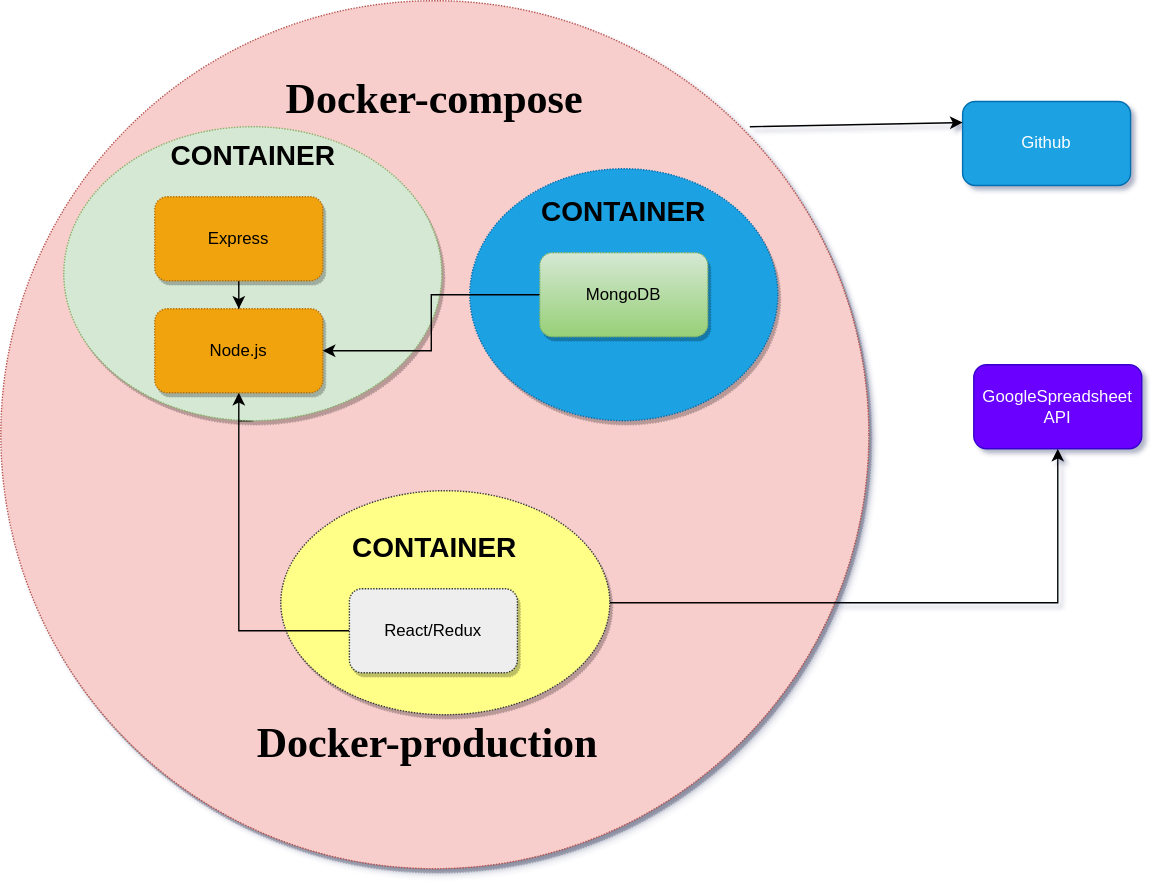
Before: client/public/img/architectureWeb.svg, a diagram exported from draw.io (JeremyFun/masters_degree). Source tidied: cells renumbered, new cells last; positions are measured from the earlier drawing's top-left corner, leaving out a move shared by most shapes.
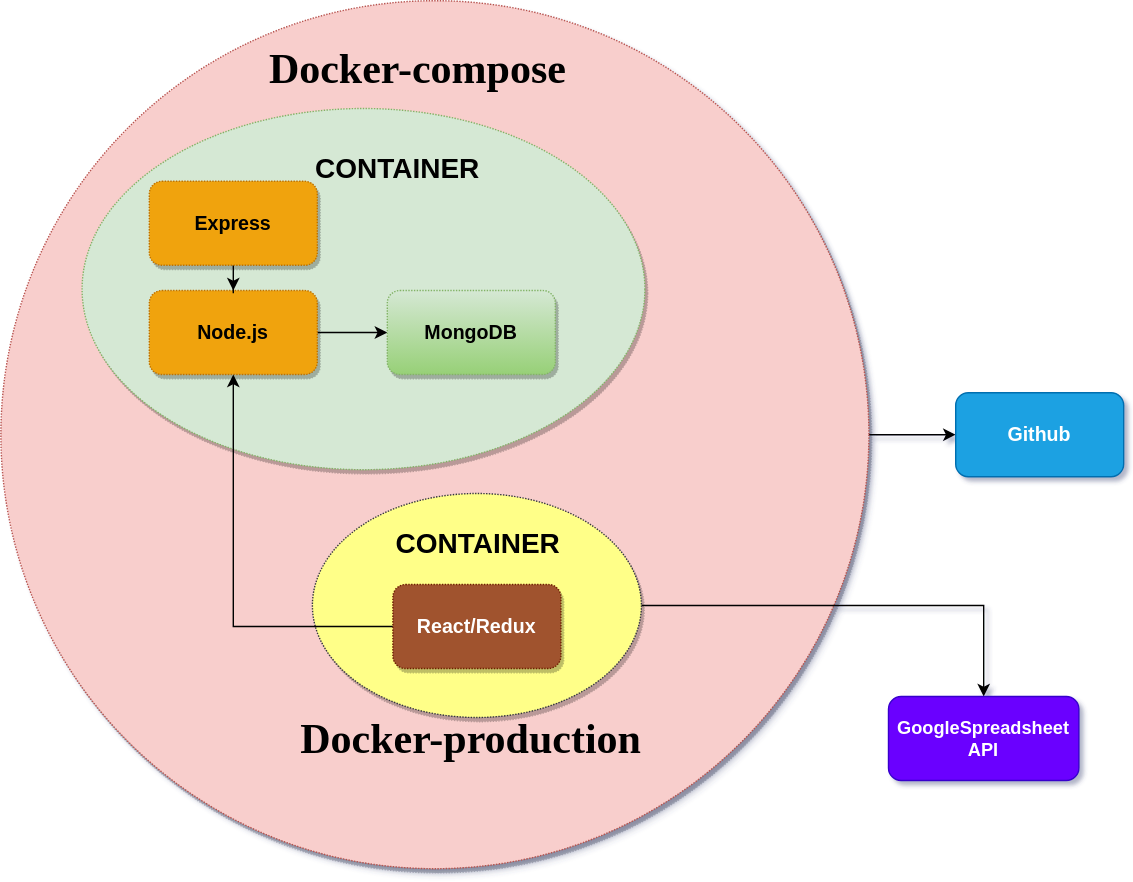
After the change.

What changed in the source:
```diff
@@ -5,73 +5,62 @@
     <mxCell id="2" style="ellipse;whiteSpace=wrap;html=1;shadow=1;dashed=1;dashPattern=1 1;fillColor=#ffe6cc;strokeColor=#d79b00;" parent="1" vertex="1">
       <mxGeometry x="115" y="160" width="160" height="160" as="geometry" />
     </mxCell>
+    <mxCell id="25" style="edgeStyle=orthogonalEdgeStyle;rounded=0;jettySize=auto;html=1;entryX=0;entryY=0.5;entryDx=0;entryDy=0;fontSize=14;verticalAlign=top;" parent="1" edge="1" source="3" target="23">
+      <mxGeometry relative="1" as="geometry" />
+    </mxCell>
     <mxCell id="3" style="ellipse;whiteSpace=wrap;html=1;shadow=1;dashed=1;dashPattern=1 1;fillColor=#f8cecc;strokeColor=#b85450;" parent="1" vertex="1">
-      <mxGeometry width="620" height="620" as="geometry" />
+      <mxGeometry x="-31" y="3" width="620" height="620" as="geometry" />
     </mxCell>
-    <mxCell id="4" style="edgeStyle=orthogonalEdgeStyle;rounded=0;jettySize=auto;html=1;exitX=0.5;exitY=1;exitDx=0;exitDy=0;entryX=0.5;entryY=1;entryDx=0;entryDy=0;" parent="1" edge="1" source="5" target="6">
-      <mxGeometry relative="1" as="geometry" />
-    </mxCell>
     <mxCell id="5" style="ellipse;whiteSpace=wrap;html=1;shadow=1;dashed=1;dashPattern=1 1;fillColor=#d5e8d4;strokeColor=#82b366;" parent="1" vertex="1">
-      <mxGeometry x="45" y="90" width="270" height="210" as="geometry" />
+      <mxGeometry x="27" y="80" width="402" height="258" as="geometry" />
     </mxCell>
+    <mxCell id="26" style="edgeStyle=orthogonalEdgeStyle;rounded=0;jettySize=auto;html=1;fontSize=14;verticalAlign=top;" parent="1" edge="1" source="6" target="12">
+      <mxGeometry relative="1" as="geometry" />
+    </mxCell>
-    <mxCell id="6" value="Node.js" style="rounded=1;whiteSpace=wrap;html=1;shadow=1;dashed=1;dashPattern=1 1;fillColor=#f0a30a;strokeColor=#BD7000;fontColor=#000000;" parent="1" vertex="1">
-      <mxGeometry x="110" y="220" width="120" height="60" as="geometry" />
+    <mxCell id="6" value="Node.js" style="rounded=1;whiteSpace=wrap;html=1;shadow=1;dashed=1;dashPattern=1 1;fillColor=#f0a30a;strokeColor=#BD7000;fontColor=#000000;fontSize=14;fontStyle=1;" parent="1" vertex="1">
+      <mxGeometry x="75" y="210" width="120" height="60" as="geometry" />
     </mxCell>
     <mxCell id="7" style="edgeStyle=orthogonalEdgeStyle;rounded=0;jettySize=auto;html=1;" parent="1" edge="1" source="8" target="6">
       <mxGeometry relative="1" as="geometry" />
     </mxCell>
-    <mxCell id="8" value="Express" style="rounded=1;whiteSpace=wrap;html=1;shadow=1;dashed=1;dashPattern=1 1;fillColor=#f0a30a;strokeColor=#BD7000;fontColor=#000000;" parent="1" vertex="1">
-      <mxGeometry x="110" y="140" width="120" height="60" as="geometry" />
+    <mxCell id="8" value="Express" style="rounded=1;whiteSpace=wrap;html=1;shadow=1;dashed=1;dashPattern=1 1;fillColor=#f0a30a;strokeColor=#BD7000;fontColor=#000000;fontSize=14;fontStyle=1;" parent="1" vertex="1">
+      <mxGeometry x="75" y="132" width="120" height="60" as="geometry" />
     </mxCell>
     <mxCell id="9" style="edgeStyle=orthogonalEdgeStyle;rounded=0;orthogonalLoop=1;jettySize=auto;html=1;exitX=0.5;exitY=1;exitDx=0;exitDy=0;" parent="1" edge="1" source="6" target="6">
       <mxGeometry relative="1" as="geometry" />
     </mxCell>
-    <mxCell id="10" style="ellipse;whiteSpace=wrap;html=1;shadow=1;dashed=1;dashPattern=1 1;fillColor=#1ba1e2;strokeColor=#006EAF;fontColor=#ffffff;" parent="1" vertex="1">
-      <mxGeometry x="335" y="120" width="220" height="180" as="geometry" />
-    </mxCell>
-    <mxCell id="11" style="edgeStyle=orthogonalEdgeStyle;rounded=0;jettySize=auto;html=1;" parent="1" edge="1" source="12" target="6">
-      <mxGeometry relative="1" as="geometry" />
-    </mxCell>
-    <mxCell id="12" value="MongoDB" style="rounded=1;whiteSpace=wrap;html=1;shadow=1;dashed=1;dashPattern=1 1;gradientColor=#97d077;fillColor=#d5e8d4;strokeColor=#82b366;" parent="1" vertex="1">
-      <mxGeometry x="385" y="180" width="120" height="60" as="geometry" />
+    <mxCell id="12" value="MongoDB" style="rounded=1;whiteSpace=wrap;html=1;shadow=1;dashed=1;dashPattern=1 1;gradientColor=#97d077;fillColor=#d5e8d4;strokeColor=#82b366;fontSize=14;fontStyle=1;" parent="1" vertex="1">
+      <mxGeometry x="245" y="210" width="120" height="60" as="geometry" />
     </mxCell>
     <mxCell id="13" value="&lt;b&gt;&lt;font style=&quot;font-size: 20px&quot;&gt;CONTAINER&lt;/font&gt;&lt;/b&gt;" style="text;html=1;strokeColor=none;fillColor=none;align=center;verticalAlign=middle;whiteSpace=wrap;rounded=0;shadow=1;dashed=1;dashPattern=1 1;" parent="1" vertex="1">
-      <mxGeometry x="157.5" y="100" width="45" height="20" as="geometry" />
+      <mxGeometry x="230" y="112" width="45" height="20" as="geometry" />
     </mxCell>
-    <mxCell id="14" style="edgeStyle=orthogonalEdgeStyle;rounded=0;jettySize=auto;html=1;entryX=0.5;entryY=1;entryDx=0;entryDy=0;" parent="1" edge="1" source="15" target="22">
+    <mxCell id="14" style="edgeStyle=orthogonalEdgeStyle;rounded=0;jettySize=auto;html=1;entryX=0.5;entryY=0;entryDx=0;entryDy=0;fontSize=14;verticalAlign=top;" parent="1" edge="1" source="15" target="22">
       <mxGeometry relative="1" as="geometry" />
     </mxCell>
     <mxCell id="15" style="ellipse;whiteSpace=wrap;html=1;shadow=1;dashed=1;dashPattern=1 1;strokeColor=#36393d;fillColor=#ffff88;" parent="1" vertex="1">
-      <mxGeometry x="200" y="350" width="235" height="160" as="geometry" />
+      <mxGeometry x="191.5" y="355" width="235" height="160" as="geometry" />
     </mxCell>
     <mxCell id="16" style="edgeStyle=orthogonalEdgeStyle;rounded=0;jettySize=auto;html=1;" parent="1" edge="1" source="17" target="6">
       <mxGeometry relative="1" as="geometry" />
     </mxCell>
-    <mxCell id="17" value="React/Redux" style="rounded=1;whiteSpace=wrap;html=1;shadow=1;dashed=1;dashPattern=1 1;fillColor=#eeeeee;strokeColor=#36393d;" parent="1" vertex="1">
+    <mxCell id="17" value="React/Redux" style="rounded=1;whiteSpace=wrap;html=1;shadow=1;dashed=1;dashPattern=1 1;fillColor=#a0522d;strokeColor=#6D1F00;fontColor=#ffffff;fontSize=14;fontStyle=1;" parent="1" vertex="1">
       <mxGeometry x="249" y="420" width="120" height="60" as="geometry" />
     </mxCell>
-    <mxCell id="18" value="&lt;b&gt;&lt;font style=&quot;font-size: 20px&quot;&gt;CONTAINER&lt;/font&gt;&lt;/b&gt;" style="text;html=1;strokeColor=none;fillColor=none;align=center;verticalAlign=middle;whiteSpace=wrap;rounded=0;shadow=1;dashed=1;dashPattern=1 1;" parent="1" vertex="1">
-      <mxGeometry x="425" y="140" width="40" height="20" as="geometry" />
-    </mxCell>
     <mxCell id="19" value="&lt;span style=&quot;font-size: 20px&quot;&gt;&lt;b&gt;CONTAINER&lt;/b&gt;&lt;/span&gt;" style="text;html=1;strokeColor=none;fillColor=none;align=center;verticalAlign=middle;whiteSpace=wrap;rounded=0;shadow=1;dashed=1;dashPattern=1 1;" parent="1" vertex="1">
       <mxGeometry x="290" y="380" width="40" height="20" as="geometry" />
     </mxCell>
     <mxCell id="20" value="Docker-compose" style="text;html=1;strokeColor=none;fillColor=none;align=center;verticalAlign=middle;whiteSpace=wrap;rounded=0;shadow=1;dashed=1;dashPattern=1 1;fontSize=30;fontFamily=Times New Roman;fontStyle=1;" parent="1" vertex="1">
-      <mxGeometry x="160" y="60" width="300" height="20" as="geometry" />
+      <mxGeometry x="117" y="41" width="300" height="20" as="geometry" />
     </mxCell>
     <mxCell id="21" value="&lt;b&gt;Docker-production&lt;/b&gt;" style="text;html=1;strokeColor=none;fillColor=none;align=center;verticalAlign=middle;whiteSpace=wrap;rounded=0;shadow=1;dashed=1;dashPattern=1 1;fontFamily=Times New Roman;fontSize=30;" parent="1" vertex="1">
       <mxGeometry x="175" y="520" width="260" height="20" as="geometry" />
     </mxCell>
-    <mxCell id="22" value="GoogleSpreadsheet API" style="rounded=1;whiteSpace=wrap;html=1;fillColor=#6a00ff;strokeColor=#3700CC;fontColor=#ffffff;" parent="1" vertex="1">
-      <mxGeometry x="695" y="260" width="120" height="60" as="geometry" />
+    <mxCell id="22" value="GoogleSpreadsheet API" style="rounded=1;whiteSpace=wrap;html=1;fillColor=#6a00ff;strokeColor=#3700CC;fontColor=#ffffff;fontSize=13;fontStyle=1;" parent="1" vertex="1">
+      <mxGeometry x="603" y="500" width="136" height="60" as="geometry" />
     </mxCell>
-    <mxCell id="23" value="Github" style="rounded=1;whiteSpace=wrap;html=1;fillColor=#1ba1e2;strokeColor=#006EAF;fontColor=#ffffff;" parent="1" vertex="1">
-      <mxGeometry x="687" y="72" width="120" height="60" as="geometry" />
+    <mxCell id="23" value="Github" style="rounded=1;whiteSpace=wrap;html=1;fillColor=#1ba1e2;strokeColor=#006EAF;fontColor=#ffffff;fontSize=14;fontStyle=1;" parent="1" vertex="1">
+      <mxGeometry x="651" y="283" width="120" height="60" as="geometry" />
     </mxCell>
-    <mxCell id="24" style="endArrow=classic;html=1;entryX=0;entryY=0.25;entryDx=0;entryDy=0;" parent="1" edge="1" target="23">
-      <mxGeometry relative="1" as="geometry">
-        <mxPoint x="535" y="90" as="sourcePoint" />
-      </mxGeometry>
-    </mxCell>
   </root>
 </mxGraphModel>
```
